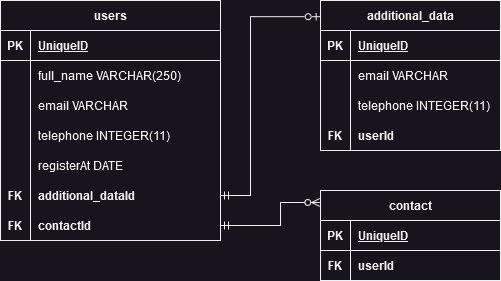
Earlier version of the draw.io export back-end/diagrama-contatos.drawio.png (miranda-Leonardo/relation-of-users). Source tidied: cells renumbered, new cells last; positions are measured from the earlier drawing's top-left corner, leaving out a move shared by most shapes. Its diagram source:
```xml
<mxGraphModel>
  <root>
    <mxCell id="0" />
    <mxCell id="1" parent="0" />
    <mxCell id="2" value="users" style="shape=table;startSize=30;rowLines=0;fontStyle=1;align=center;html=1;" parent="1" vertex="1">
      <mxGeometry width="220" height="240" as="geometry" />
    </mxCell>
    <mxCell id="3" style="shape=tableRow;horizontal=0;startSize=0;swimlaneHead=0;swimlaneBody=0;fillColor=none;top=0;left=0;right=0;bottom=1;" parent="2" vertex="1">
      <mxGeometry y="30" width="220" height="30" as="geometry" />
    </mxCell>
    <mxCell id="4" value="PK" style="shape=partialRectangle;fillColor=none;top=0;left=0;bottom=0;right=0;fontStyle=1;overflow=hidden;whiteSpace=wrap;html=1;" parent="3" vertex="1">
      <mxGeometry width="30" height="30" as="geometry" />
    </mxCell>
    <mxCell id="5" value="UniqueID" style="shape=partialRectangle;fillColor=none;top=0;left=0;bottom=0;right=0;align=left;spacingLeft=6;fontStyle=5;overflow=hidden;whiteSpace=wrap;html=1;" parent="3" vertex="1">
      <mxGeometry x="30" width="190" height="30" as="geometry" />
    </mxCell>
    <mxCell id="6" style="shape=tableRow;horizontal=0;startSize=0;swimlaneHead=0;swimlaneBody=0;fillColor=none;top=0;left=0;right=0;bottom=0;" parent="2" vertex="1">
      <mxGeometry y="60" width="220" height="30" as="geometry" />
    </mxCell>
    <mxCell id="7" style="shape=partialRectangle;fillColor=none;top=0;left=0;bottom=0;right=0;overflow=hidden;whiteSpace=wrap;html=1;" parent="6" vertex="1">
      <mxGeometry width="30" height="30" as="geometry" />
    </mxCell>
    <mxCell id="8" value="full_name VARCHAR(250)" style="shape=partialRectangle;fillColor=none;top=0;left=0;bottom=0;right=0;align=left;spacingLeft=6;overflow=hidden;whiteSpace=wrap;html=1;" parent="6" vertex="1">
      <mxGeometry x="30" width="190" height="30" as="geometry" />
    </mxCell>
    <mxCell id="9" style="shape=tableRow;horizontal=0;startSize=0;swimlaneHead=0;swimlaneBody=0;fillColor=none;top=0;left=0;right=0;bottom=0;" parent="2" vertex="1">
      <mxGeometry y="90" width="220" height="30" as="geometry" />
    </mxCell>
    <mxCell id="10" style="shape=partialRectangle;fillColor=none;top=0;left=0;bottom=0;right=0;overflow=hidden;whiteSpace=wrap;html=1;" parent="9" vertex="1">
      <mxGeometry width="30" height="30" as="geometry" />
    </mxCell>
    <mxCell id="11" value="email VARCHAR" style="shape=partialRectangle;fillColor=none;top=0;left=0;bottom=0;right=0;align=left;spacingLeft=6;overflow=hidden;whiteSpace=wrap;html=1;" parent="9" vertex="1">
      <mxGeometry x="30" width="190" height="30" as="geometry" />
    </mxCell>
    <mxCell id="12" style="shape=tableRow;horizontal=0;startSize=0;swimlaneHead=0;swimlaneBody=0;fillColor=none;top=0;left=0;right=0;bottom=0;" parent="2" vertex="1">
      <mxGeometry y="120" width="220" height="30" as="geometry" />
    </mxCell>
    <mxCell id="13" style="shape=partialRectangle;fillColor=none;top=0;left=0;bottom=0;right=0;overflow=hidden;whiteSpace=wrap;html=1;" parent="12" vertex="1">
      <mxGeometry width="30" height="30" as="geometry" />
    </mxCell>
    <mxCell id="14" value="&lt;div&gt;telephone INTEGER(11)&lt;br&gt;&lt;/div&gt;" style="shape=partialRectangle;fillColor=none;top=0;left=0;bottom=0;right=0;align=left;spacingLeft=6;overflow=hidden;whiteSpace=wrap;html=1;" parent="12" vertex="1">
      <mxGeometry x="30" width="190" height="30" as="geometry" />
    </mxCell>
    <mxCell id="15" style="shape=tableRow;horizontal=0;startSize=0;swimlaneHead=0;swimlaneBody=0;fillColor=none;top=0;left=0;right=0;bottom=0;" parent="2" vertex="1">
      <mxGeometry y="150" width="220" height="30" as="geometry" />
    </mxCell>
    <mxCell id="16" style="shape=partialRectangle;fillColor=none;top=0;left=0;bottom=0;right=0;overflow=hidden;whiteSpace=wrap;html=1;" parent="15" vertex="1">
      <mxGeometry width="30" height="30" as="geometry" />
    </mxCell>
    <mxCell id="17" value="registerAt DATE" style="shape=partialRectangle;fillColor=none;top=0;left=0;bottom=0;right=0;align=left;spacingLeft=6;overflow=hidden;whiteSpace=wrap;html=1;" parent="15" vertex="1">
      <mxGeometry x="30" width="190" height="30" as="geometry" />
    </mxCell>
    <mxCell id="18" style="shape=tableRow;horizontal=0;startSize=0;swimlaneHead=0;swimlaneBody=0;fillColor=none;points=[[0,0.5],[1,0.5]];portConstraint=eastwest;top=0;left=0;right=0;bottom=0;" parent="2" vertex="1">
      <mxGeometry y="180" width="220" height="30" as="geometry" />
    </mxCell>
    <mxCell id="19" value="FK" style="shape=partialRectangle;fillColor=none;top=0;left=0;bottom=0;right=0;overflow=hidden;whiteSpace=wrap;html=1;fontStyle=1;" parent="18" vertex="1">
      <mxGeometry width="30" height="30" as="geometry" />
    </mxCell>
    <mxCell id="20" value="additional_dataId" style="shape=partialRectangle;fillColor=none;top=0;left=0;bottom=0;right=0;align=left;spacingLeft=6;overflow=hidden;whiteSpace=wrap;html=1;fontStyle=1;" parent="18" vertex="1">
      <mxGeometry x="30" width="190" height="30" as="geometry" />
    </mxCell>
    <mxCell id="21" style="shape=tableRow;horizontal=0;startSize=0;swimlaneHead=0;swimlaneBody=0;fillColor=none;points=[[0,0.5],[1,0.5]];portConstraint=eastwest;top=0;left=0;right=0;bottom=0;" parent="2" vertex="1">
      <mxGeometry y="210" width="220" height="30" as="geometry" />
    </mxCell>
    <mxCell id="22" value="FK" style="shape=partialRectangle;fillColor=none;top=0;left=0;bottom=0;right=0;overflow=hidden;whiteSpace=wrap;html=1;fontStyle=1;" parent="21" vertex="1">
      <mxGeometry width="30" height="30" as="geometry" />
    </mxCell>
    <mxCell id="23" value="contactId" style="shape=partialRectangle;fillColor=none;top=0;left=0;bottom=0;right=0;align=left;spacingLeft=6;overflow=hidden;whiteSpace=wrap;html=1;fontStyle=1;" parent="21" vertex="1">
      <mxGeometry x="30" width="190" height="30" as="geometry" />
    </mxCell>
    <mxCell id="24" value="additional_data" style="shape=table;startSize=30;rowLines=0;fontStyle=1;align=center;html=1;" parent="1" vertex="1">
      <mxGeometry x="320" width="180" height="150" as="geometry" />
    </mxCell>
    <mxCell id="25" style="shape=tableRow;horizontal=0;startSize=0;swimlaneHead=0;swimlaneBody=0;fillColor=none;top=0;left=0;right=0;bottom=1;" parent="24" vertex="1">
      <mxGeometry y="30" width="180" height="30" as="geometry" />
    </mxCell>
    <mxCell id="26" value="PK" style="shape=partialRectangle;fillColor=none;top=0;left=0;bottom=0;right=0;fontStyle=1;overflow=hidden;whiteSpace=wrap;html=1;" parent="25" vertex="1">
      <mxGeometry width="30" height="30" as="geometry" />
    </mxCell>
    <mxCell id="27" value="UniqueID" style="shape=partialRectangle;fillColor=none;top=0;left=0;bottom=0;right=0;align=left;spacingLeft=6;fontStyle=5;overflow=hidden;whiteSpace=wrap;html=1;" parent="25" vertex="1">
      <mxGeometry x="30" width="150" height="30" as="geometry" />
    </mxCell>
    <mxCell id="28" style="shape=tableRow;horizontal=0;startSize=0;swimlaneHead=0;swimlaneBody=0;fillColor=none;top=0;left=0;right=0;bottom=0;" parent="24" vertex="1">
      <mxGeometry y="60" width="180" height="30" as="geometry" />
    </mxCell>
    <mxCell id="29" style="shape=partialRectangle;fillColor=none;top=0;left=0;bottom=0;right=0;overflow=hidden;whiteSpace=wrap;html=1;" parent="28" vertex="1">
      <mxGeometry width="30" height="30" as="geometry" />
    </mxCell>
    <mxCell id="30" value="email VARCHAR" style="shape=partialRectangle;fillColor=none;top=0;left=0;bottom=0;right=0;align=left;spacingLeft=6;overflow=hidden;whiteSpace=wrap;html=1;" parent="28" vertex="1">
      <mxGeometry x="30" width="150" height="30" as="geometry" />
    </mxCell>
    <mxCell id="31" style="shape=tableRow;horizontal=0;startSize=0;swimlaneHead=0;swimlaneBody=0;fillColor=none;top=0;left=0;right=0;bottom=0;" parent="24" vertex="1">
      <mxGeometry y="90" width="180" height="30" as="geometry" />
    </mxCell>
    <mxCell id="32" style="shape=partialRectangle;fillColor=none;top=0;left=0;bottom=0;right=0;overflow=hidden;whiteSpace=wrap;html=1;" parent="31" vertex="1">
      <mxGeometry width="30" height="30" as="geometry" />
    </mxCell>
    <mxCell id="33" value="telephone INTEGER(11)" style="shape=partialRectangle;fillColor=none;top=0;left=0;bottom=0;right=0;align=left;spacingLeft=6;overflow=hidden;whiteSpace=wrap;html=1;" parent="31" vertex="1">
      <mxGeometry x="30" width="150" height="30" as="geometry" />
    </mxCell>
    <mxCell id="34" style="shape=tableRow;horizontal=0;startSize=0;swimlaneHead=0;swimlaneBody=0;fillColor=none;top=0;left=0;right=0;bottom=0;" parent="24" vertex="1">
      <mxGeometry y="120" width="180" height="30" as="geometry" />
    </mxCell>
    <mxCell id="35" value="FK" style="shape=partialRectangle;fillColor=none;top=0;left=0;bottom=0;right=0;overflow=hidden;whiteSpace=wrap;html=1;fontStyle=1;" parent="34" vertex="1">
      <mxGeometry width="30" height="30" as="geometry" />
    </mxCell>
    <mxCell id="36" value="userId" style="shape=partialRectangle;fillColor=none;top=0;left=0;bottom=0;right=0;align=left;spacingLeft=6;overflow=hidden;whiteSpace=wrap;html=1;fontStyle=1;" parent="34" vertex="1">
      <mxGeometry x="30" width="150" height="30" as="geometry" />
    </mxCell>
    <mxCell id="37" style="edgeStyle=orthogonalEdgeStyle;rounded=0;jettySize=auto;html=1;exitX=1;exitY=0.5;exitDx=0;exitDy=0;entryX=-0.002;entryY=0.108;entryDx=0;entryDy=0;entryPerimeter=0;startArrow=ERmandOne;startFill=0;endArrow=ERzeroToOne;endFill=0;" parent="1" edge="1" source="18" target="24">
      <mxGeometry relative="1" as="geometry">
        <Array as="points">
          <mxPoint x="250" y="195" />
          <mxPoint x="250" y="16" />
        </Array>
      </mxGeometry>
    </mxCell>
    <mxCell id="38" value="contact" style="shape=table;startSize=30;rowLines=0;fontStyle=1;align=center;html=1;" parent="1" vertex="1">
      <mxGeometry x="320" y="190" width="180" height="90" as="geometry" />
    </mxCell>
    <mxCell id="39" style="shape=tableRow;horizontal=0;startSize=0;swimlaneHead=0;swimlaneBody=0;fillColor=none;top=0;left=0;right=0;bottom=1;" parent="38" vertex="1">
      <mxGeometry y="30" width="180" height="30" as="geometry" />
    </mxCell>
    <mxCell id="40" value="PK" style="shape=partialRectangle;fillColor=none;top=0;left=0;bottom=0;right=0;fontStyle=1;overflow=hidden;whiteSpace=wrap;html=1;" parent="39" vertex="1">
      <mxGeometry width="30" height="30" as="geometry" />
    </mxCell>
    <mxCell id="41" value="UniqueID" style="shape=partialRectangle;fillColor=none;top=0;left=0;bottom=0;right=0;align=left;spacingLeft=6;fontStyle=5;overflow=hidden;whiteSpace=wrap;html=1;" parent="39" vertex="1">
      <mxGeometry x="30" width="150" height="30" as="geometry" />
    </mxCell>
    <mxCell id="42" style="shape=tableRow;horizontal=0;startSize=0;swimlaneHead=0;swimlaneBody=0;fillColor=none;top=0;left=0;right=0;bottom=0;" parent="38" vertex="1">
      <mxGeometry y="60" width="180" height="30" as="geometry" />
    </mxCell>
    <mxCell id="43" value="FK" style="shape=partialRectangle;fillColor=none;top=0;left=0;bottom=0;right=0;overflow=hidden;whiteSpace=wrap;html=1;fontStyle=1;" parent="42" vertex="1">
      <mxGeometry width="30" height="30" as="geometry" />
    </mxCell>
    <mxCell id="44" value="userId" style="shape=partialRectangle;fillColor=none;top=0;left=0;bottom=0;right=0;align=left;spacingLeft=6;overflow=hidden;whiteSpace=wrap;html=1;fontStyle=1;" parent="42" vertex="1">
      <mxGeometry x="30" width="150" height="30" as="geometry" />
    </mxCell>
    <mxCell id="45" style="rounded=0;jettySize=auto;html=1;exitX=1;exitY=0.5;exitDx=0;exitDy=0;entryX=-0.004;entryY=0.133;entryDx=0;entryDy=0;entryPerimeter=0;startArrow=ERmandOne;startFill=0;endArrow=ERzeroToMany;endFill=0;edgeStyle=orthogonalEdgeStyle;" parent="1" edge="1" source="21" target="38">
      <mxGeometry relative="1" as="geometry">
        <Array as="points">
          <mxPoint x="280" y="225" />
          <mxPoint x="280" y="202" />
        </Array>
      </mxGeometry>
    </mxCell>
  </root>
</mxGraphModel>
```
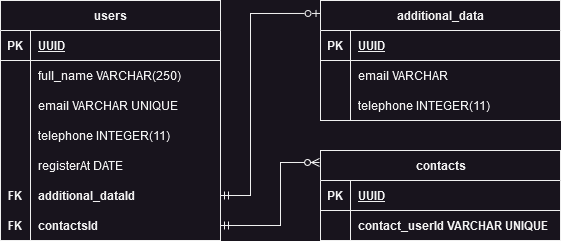
After the change.

Commit message:
Add: create entity contact; Fix: relation with user entity

Diff of the diagram source:
```diff
@@ -11,7 +11,7 @@
     <mxCell id="4" value="PK" style="shape=partialRectangle;fillColor=none;top=0;left=0;bottom=0;right=0;fontStyle=1;overflow=hidden;whiteSpace=wrap;html=1;" parent="3" vertex="1">
       <mxGeometry width="30" height="30" as="geometry" />
     </mxCell>
-    <mxCell id="5" value="UniqueID" style="shape=partialRectangle;fillColor=none;top=0;left=0;bottom=0;right=0;align=left;spacingLeft=6;fontStyle=5;overflow=hidden;whiteSpace=wrap;html=1;" parent="3" vertex="1">
+    <mxCell id="5" value="UUID" style="shape=partialRectangle;fillColor=none;top=0;left=0;bottom=0;right=0;align=left;spacingLeft=6;fontStyle=5;overflow=hidden;whiteSpace=wrap;html=1;" parent="3" vertex="1">
       <mxGeometry x="30" width="190" height="30" as="geometry" />
     </mxCell>
     <mxCell id="6" style="shape=tableRow;horizontal=0;startSize=0;swimlaneHead=0;swimlaneBody=0;fillColor=none;top=0;left=0;right=0;bottom=0;" parent="2" vertex="1">
@@ -29,7 +29,7 @@
     <mxCell id="10" style="shape=partialRectangle;fillColor=none;top=0;left=0;bottom=0;right=0;overflow=hidden;whiteSpace=wrap;html=1;" parent="9" vertex="1">
       <mxGeometry width="30" height="30" as="geometry" />
     </mxCell>
-    <mxCell id="11" value="email VARCHAR" style="shape=partialRectangle;fillColor=none;top=0;left=0;bottom=0;right=0;align=left;spacingLeft=6;overflow=hidden;whiteSpace=wrap;html=1;" parent="9" vertex="1">
+    <mxCell id="11" value="email VARCHAR UNIQUE" style="shape=partialRectangle;fillColor=none;top=0;left=0;bottom=0;right=0;align=left;spacingLeft=6;overflow=hidden;whiteSpace=wrap;html=1;" parent="9" vertex="1">
       <mxGeometry x="30" width="190" height="30" as="geometry" />
     </mxCell>
     <mxCell id="12" style="shape=tableRow;horizontal=0;startSize=0;swimlaneHead=0;swimlaneBody=0;fillColor=none;top=0;left=0;right=0;bottom=0;" parent="2" vertex="1">
@@ -65,82 +65,73 @@
     <mxCell id="22" value="FK" style="shape=partialRectangle;fillColor=none;top=0;left=0;bottom=0;right=0;overflow=hidden;whiteSpace=wrap;html=1;fontStyle=1;" parent="21" vertex="1">
       <mxGeometry width="30" height="30" as="geometry" />
     </mxCell>
-    <mxCell id="23" value="contactId" style="shape=partialRectangle;fillColor=none;top=0;left=0;bottom=0;right=0;align=left;spacingLeft=6;overflow=hidden;whiteSpace=wrap;html=1;fontStyle=1;" parent="21" vertex="1">
+    <mxCell id="23" value="&lt;div&gt;contactsId&lt;/div&gt;" style="shape=partialRectangle;fillColor=none;top=0;left=0;bottom=0;right=0;align=left;spacingLeft=6;overflow=hidden;whiteSpace=wrap;html=1;fontStyle=1;" parent="21" vertex="1">
       <mxGeometry x="30" width="190" height="30" as="geometry" />
     </mxCell>
     <mxCell id="24" value="additional_data" style="shape=table;startSize=30;rowLines=0;fontStyle=1;align=center;html=1;" parent="1" vertex="1">
-      <mxGeometry x="320" width="180" height="150" as="geometry" />
+      <mxGeometry x="320" width="240" height="120" as="geometry" />
     </mxCell>
     <mxCell id="25" style="shape=tableRow;horizontal=0;startSize=0;swimlaneHead=0;swimlaneBody=0;fillColor=none;top=0;left=0;right=0;bottom=1;" parent="24" vertex="1">
-      <mxGeometry y="30" width="180" height="30" as="geometry" />
+      <mxGeometry y="30" width="240" height="30" as="geometry" />
     </mxCell>
     <mxCell id="26" value="PK" style="shape=partialRectangle;fillColor=none;top=0;left=0;bottom=0;right=0;fontStyle=1;overflow=hidden;whiteSpace=wrap;html=1;" parent="25" vertex="1">
       <mxGeometry width="30" height="30" as="geometry" />
     </mxCell>
-    <mxCell id="27" value="UniqueID" style="shape=partialRectangle;fillColor=none;top=0;left=0;bottom=0;right=0;align=left;spacingLeft=6;fontStyle=5;overflow=hidden;whiteSpace=wrap;html=1;" parent="25" vertex="1">
-      <mxGeometry x="30" width="150" height="30" as="geometry" />
+    <mxCell id="27" value="UUID" style="shape=partialRectangle;fillColor=none;top=0;left=0;bottom=0;right=0;align=left;spacingLeft=6;fontStyle=5;overflow=hidden;whiteSpace=wrap;html=1;" parent="25" vertex="1">
+      <mxGeometry x="30" width="210" height="30" as="geometry" />
     </mxCell>
     <mxCell id="28" style="shape=tableRow;horizontal=0;startSize=0;swimlaneHead=0;swimlaneBody=0;fillColor=none;top=0;left=0;right=0;bottom=0;" parent="24" vertex="1">
-      <mxGeometry y="60" width="180" height="30" as="geometry" />
+      <mxGeometry y="60" width="240" height="30" as="geometry" />
     </mxCell>
     <mxCell id="29" style="shape=partialRectangle;fillColor=none;top=0;left=0;bottom=0;right=0;overflow=hidden;whiteSpace=wrap;html=1;" parent="28" vertex="1">
       <mxGeometry width="30" height="30" as="geometry" />
     </mxCell>
     <mxCell id="30" value="email VARCHAR" style="shape=partialRectangle;fillColor=none;top=0;left=0;bottom=0;right=0;align=left;spacingLeft=6;overflow=hidden;whiteSpace=wrap;html=1;" parent="28" vertex="1">
-      <mxGeometry x="30" width="150" height="30" as="geometry" />
+      <mxGeometry x="30" width="210" height="30" as="geometry" />
     </mxCell>
     <mxCell id="31" style="shape=tableRow;horizontal=0;startSize=0;swimlaneHead=0;swimlaneBody=0;fillColor=none;top=0;left=0;right=0;bottom=0;" parent="24" vertex="1">
-      <mxGeometry y="90" width="180" height="30" as="geometry" />
+      <mxGeometry y="90" width="240" height="30" as="geometry" />
     </mxCell>
     <mxCell id="32" style="shape=partialRectangle;fillColor=none;top=0;left=0;bottom=0;right=0;overflow=hidden;whiteSpace=wrap;html=1;" parent="31" vertex="1">
       <mxGeometry width="30" height="30" as="geometry" />
     </mxCell>
     <mxCell id="33" value="telephone INTEGER(11)" style="shape=partialRectangle;fillColor=none;top=0;left=0;bottom=0;right=0;align=left;spacingLeft=6;overflow=hidden;whiteSpace=wrap;html=1;" parent="31" vertex="1">
-      <mxGeometry x="30" width="150" height="30" as="geometry" />
+      <mxGeometry x="30" width="210" height="30" as="geometry" />
     </mxCell>
-    <mxCell id="34" style="shape=tableRow;horizontal=0;startSize=0;swimlaneHead=0;swimlaneBody=0;fillColor=none;top=0;left=0;right=0;bottom=0;" parent="24" vertex="1">
-      <mxGeometry y="120" width="180" height="30" as="geometry" />
-    </mxCell>
-    <mxCell id="35" value="FK" style="shape=partialRectangle;fillColor=none;top=0;left=0;bottom=0;right=0;overflow=hidden;whiteSpace=wrap;html=1;fontStyle=1;" parent="34" vertex="1">
-      <mxGeometry width="30" height="30" as="geometry" />
-    </mxCell>
-    <mxCell id="36" value="userId" style="shape=partialRectangle;fillColor=none;top=0;left=0;bottom=0;right=0;align=left;spacingLeft=6;overflow=hidden;whiteSpace=wrap;html=1;fontStyle=1;" parent="34" vertex="1">
-      <mxGeometry x="30" width="150" height="30" as="geometry" />
-    </mxCell>
     <mxCell id="37" style="edgeStyle=orthogonalEdgeStyle;rounded=0;jettySize=auto;html=1;exitX=1;exitY=0.5;exitDx=0;exitDy=0;entryX=-0.002;entryY=0.108;entryDx=0;entryDy=0;entryPerimeter=0;startArrow=ERmandOne;startFill=0;endArrow=ERzeroToOne;endFill=0;" parent="1" edge="1" source="18" target="24">
       <mxGeometry relative="1" as="geometry">
         <Array as="points">
           <mxPoint x="250" y="195" />
-          <mxPoint x="250" y="16" />
+          <mxPoint x="250" y="13" />
         </Array>
       </mxGeometry>
     </mxCell>
-    <mxCell id="38" value="contact" style="shape=table;startSize=30;rowLines=0;fontStyle=1;align=center;html=1;" parent="1" vertex="1">
-      <mxGeometry x="320" y="190" width="180" height="90" as="geometry" />
+    <mxCell id="38" value="contacts" style="shape=table;startSize=30;rowLines=0;fontStyle=1;align=center;html=1;" parent="1" vertex="1">
+      <mxGeometry x="320" y="150" width="240" height="90" as="geometry" />
     </mxCell>
     <mxCell id="39" style="shape=tableRow;horizontal=0;startSize=0;swimlaneHead=0;swimlaneBody=0;fillColor=none;top=0;left=0;right=0;bottom=1;" parent="38" vertex="1">
-      <mxGeometry y="30" width="180" height="30" as="geometry" />
+      <mxGeometry y="30" width="240" height="30" as="geometry" />
     </mxCell>
     <mxCell id="40" value="PK" style="shape=partialRectangle;fillColor=none;top=0;left=0;bottom=0;right=0;fontStyle=1;overflow=hidden;whiteSpace=wrap;html=1;" parent="39" vertex="1">
       <mxGeometry width="30" height="30" as="geometry" />
     </mxCell>
-    <mxCell id="41" value="UniqueID" style="shape=partialRectangle;fillColor=none;top=0;left=0;bottom=0;right=0;align=left;spacingLeft=6;fontStyle=5;overflow=hidden;whiteSpace=wrap;html=1;" parent="39" vertex="1">
-      <mxGeometry x="30" width="150" height="30" as="geometry" />
+    <mxCell id="41" value="UUID" style="shape=partialRectangle;fillColor=none;top=0;left=0;bottom=0;right=0;align=left;spacingLeft=6;fontStyle=5;overflow=hidden;whiteSpace=wrap;html=1;" parent="39" vertex="1">
+      <mxGeometry x="30" width="210" height="30" as="geometry" />
     </mxCell>
     <mxCell id="42" style="shape=tableRow;horizontal=0;startSize=0;swimlaneHead=0;swimlaneBody=0;fillColor=none;top=0;left=0;right=0;bottom=0;" parent="38" vertex="1">
-      <mxGeometry y="60" width="180" height="30" as="geometry" />
+      <mxGeometry y="60" width="240" height="30" as="geometry" />
     </mxCell>
-    <mxCell id="43" value="FK" style="shape=partialRectangle;fillColor=none;top=0;left=0;bottom=0;right=0;overflow=hidden;whiteSpace=wrap;html=1;fontStyle=1;" parent="42" vertex="1">
+    <mxCell id="43" style="shape=partialRectangle;fillColor=none;top=0;left=0;bottom=0;right=0;overflow=hidden;whiteSpace=wrap;html=1;fontStyle=1;" parent="42" vertex="1">
       <mxGeometry width="30" height="30" as="geometry" />
     </mxCell>
-    <mxCell id="44" value="userId" style="shape=partialRectangle;fillColor=none;top=0;left=0;bottom=0;right=0;align=left;spacingLeft=6;overflow=hidden;whiteSpace=wrap;html=1;fontStyle=1;" parent="42" vertex="1">
-      <mxGeometry x="30" width="150" height="30" as="geometry" />
+    <mxCell id="44" value="contact_userId VARCHAR UNIQUE" style="shape=partialRectangle;fillColor=none;top=0;left=0;bottom=0;right=0;align=left;spacingLeft=6;overflow=hidden;whiteSpace=wrap;html=1;fontStyle=1;" parent="42" vertex="1">
+      <mxGeometry x="30" width="210" height="30" as="geometry" />
     </mxCell>
     <mxCell id="45" style="rounded=0;jettySize=auto;html=1;exitX=1;exitY=0.5;exitDx=0;exitDy=0;entryX=-0.004;entryY=0.133;entryDx=0;entryDy=0;entryPerimeter=0;startArrow=ERmandOne;startFill=0;endArrow=ERzeroToMany;endFill=0;edgeStyle=orthogonalEdgeStyle;" parent="1" edge="1" source="21" target="38">
       <mxGeometry relative="1" as="geometry">
         <Array as="points">
           <mxPoint x="280" y="225" />
-          <mxPoint x="280" y="202" />
+          <mxPoint x="280" y="162" />
         </Array>
       </mxGeometry>
     </mxCell>
```
